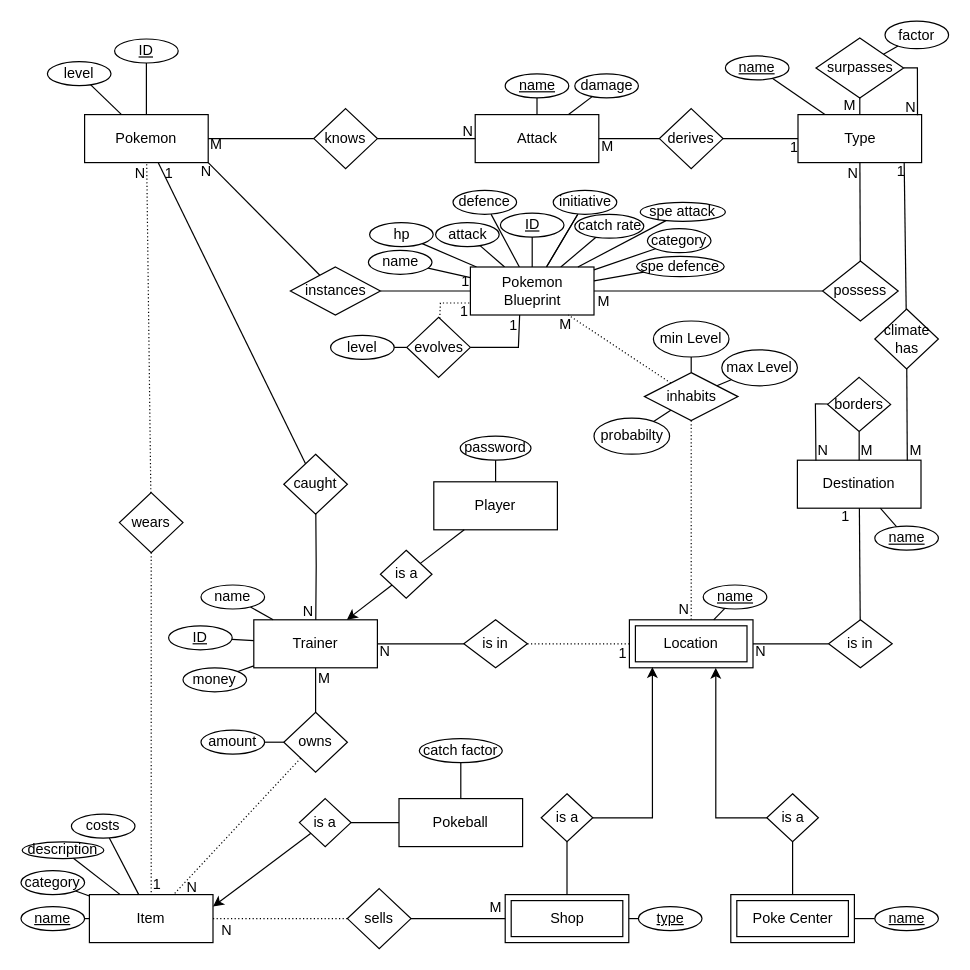
The draw.io diagram Projekt/Pokemon Scuffed Grey.drawio in mypictur3esforu/Pokemon-Scuffed-Grey, before the edit. Source tidied: cells renumbered, new cells numbered last; positions are measured from the earlier drawing's top-left corner, leaving out a move shared by most shapes. Both pictures are drawn from the tidied source at 120%, with x=0, y=0 at pixel (20, 20).
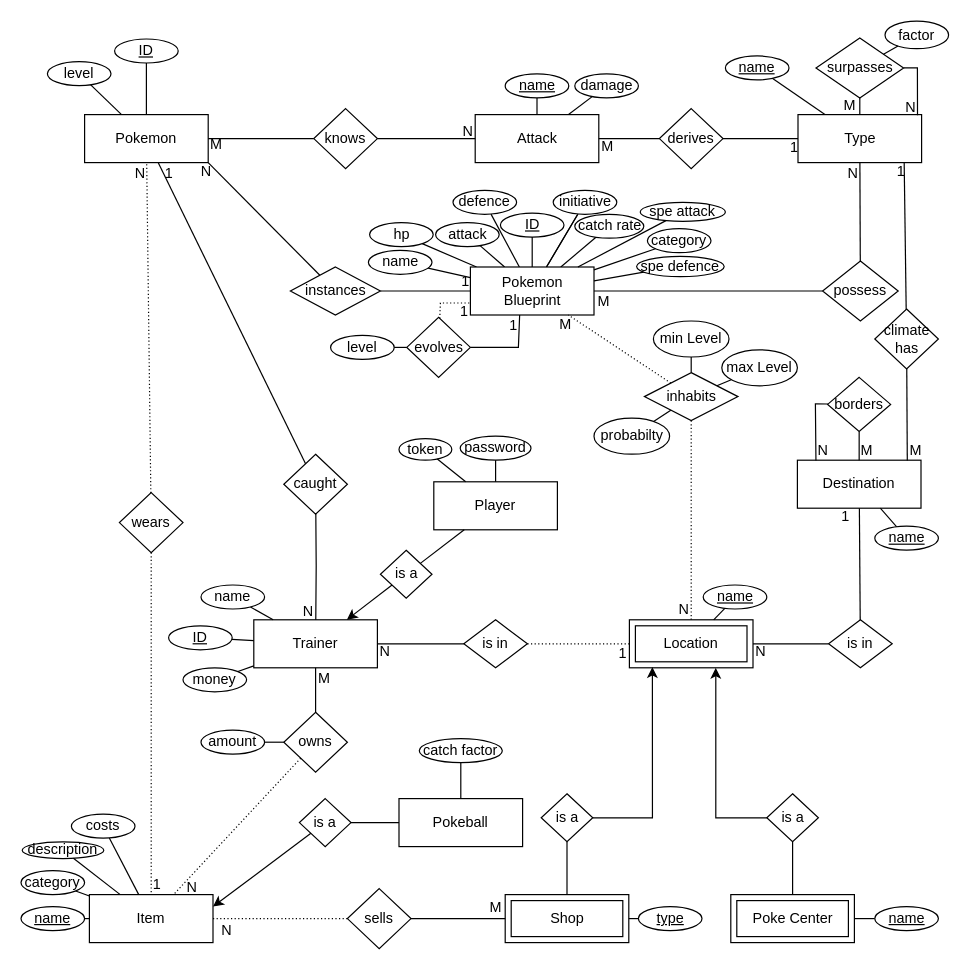
The same page after the edit.

Commit message (it also covers changes not shown here):
Register and Logn fixes + Token added

Unchanged cells that the change refers to:
```xml
<mxCell id="160" value="Player" style="whiteSpace=wrap;html=1;align=center;" parent="1" vertex="1">
  <mxGeometry x="344" y="384" width="103" height="40" as="geometry" />
</mxCell>
```

Change to the diagram source:
```diff
@@
+    <mxCell id="171" value="token" style="ellipse;whiteSpace=wrap;html=1;align=center;" parent="1" vertex="1">
+      <mxGeometry x="315" y="348" width="44" height="18" as="geometry" />
+    </mxCell>
+    <mxCell id="172" style="endArrow=none;html=1;rounded=0;elbow=vertical;" parent="1" edge="1" source="160" target="171">
+      <mxGeometry relative="1" as="geometry" />
+    </mxCell>
```
